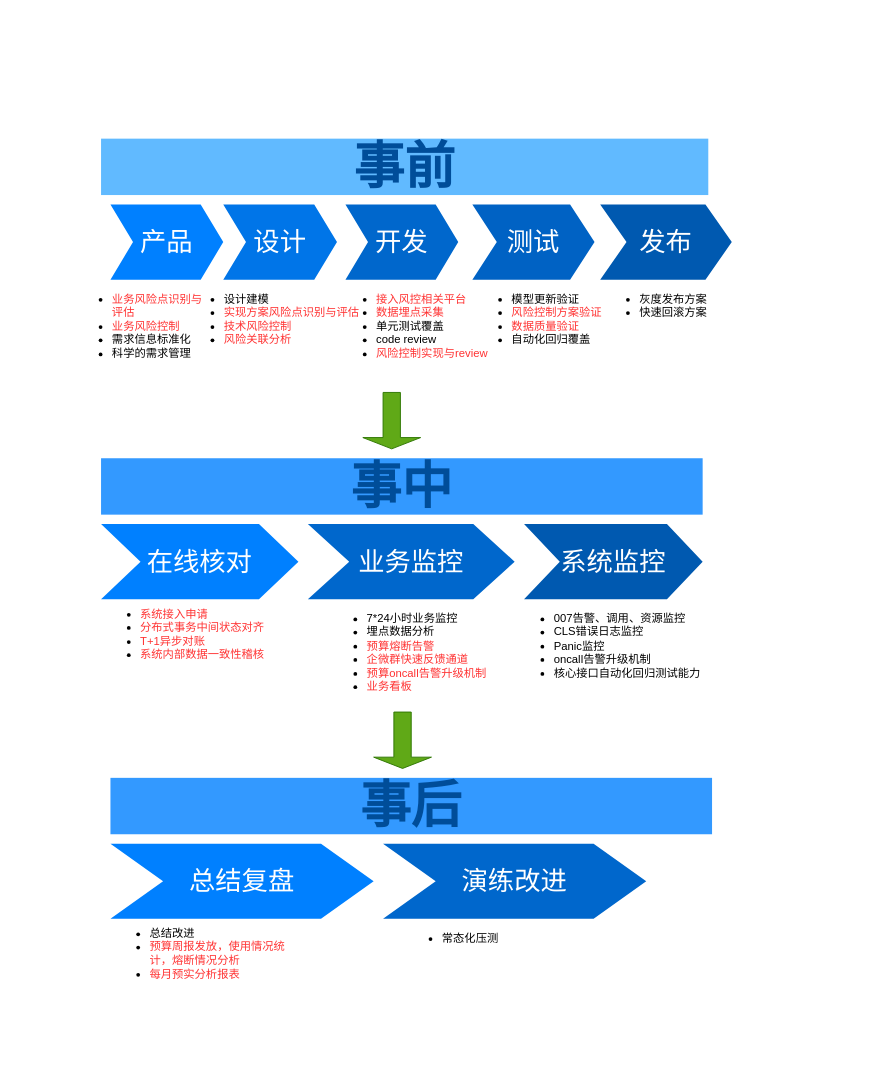
Above: page "Page-1" (1 of 8) of src/flow.drawio in zengcrvip/basedemo (draw.io), before the change. Source tidied: cells renumbered, new cells numbered last; positions are measured from the earlier drawing's top-left corner, leaving out a move shared by most shapes. Both pictures are drawn from the tidied source at 94%, with x=0, y=0 at pixel (72, 138).
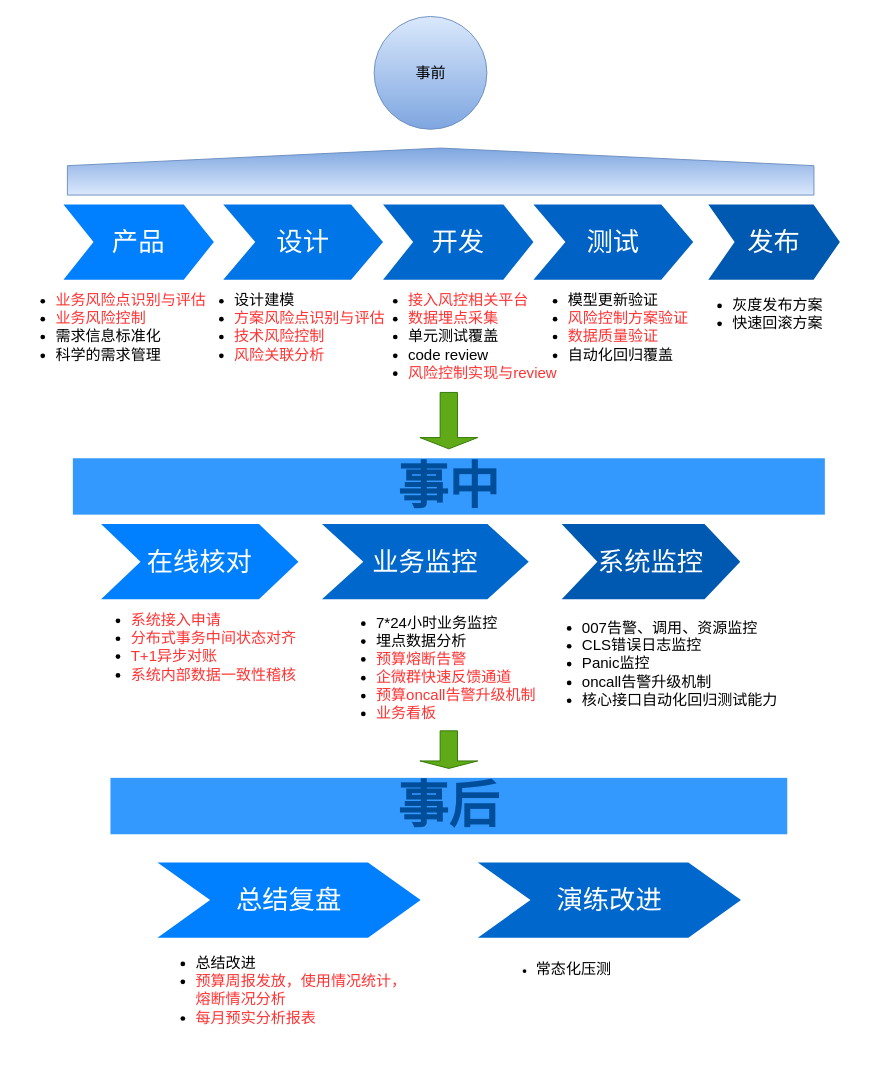
The same diagram, later.

Change to the diagram source:
```diff
@@
     <mxCell id="2" value="产品" style="shape=step;whiteSpace=wrap;html=1;fontSize=28;fillColor=#0080FF;fontColor=#FFFFFF;strokeColor=none;" parent="1" vertex="1">
-      <mxGeometry x="40" y="70" width="120" height="80" as="geometry" />
+      <mxGeometry x="-10" y="70" width="160" height="80" as="geometry" />
     </mxCell>
     <mxCell id="3" value="设计" style="shape=step;whiteSpace=wrap;html=1;fontSize=28;fillColor=#0075E8;fontColor=#FFFFFF;strokeColor=none;" parent="1" vertex="1">
-      <mxGeometry x="160" y="70" width="121" height="80" as="geometry" />
+      <mxGeometry x="160" y="70" width="170" height="80" as="geometry" />
     </mxCell>
     <mxCell id="4" value="开发" style="shape=step;whiteSpace=wrap;html=1;fontSize=28;fillColor=#0067CC;fontColor=#FFFFFF;strokeColor=none;" parent="1" vertex="1">
-      <mxGeometry x="290" y="70" width="120" height="80" as="geometry" />
+      <mxGeometry x="330" y="70" width="160" height="80" as="geometry" />
     </mxCell>
     <mxCell id="5" value="测试" style="shape=step;whiteSpace=wrap;html=1;fontSize=28;fillColor=#0062C4;fontColor=#FFFFFF;strokeColor=none;" parent="1" vertex="1">
-      <mxGeometry x="425" y="70" width="130" height="80" as="geometry" />
+      <mxGeometry x="490" y="70" width="170" height="80" as="geometry" />
     </mxCell>
     <mxCell id="6" value="发布" style="shape=step;whiteSpace=wrap;html=1;fontSize=28;fillColor=#0059B0;fontColor=#FFFFFF;strokeColor=none;" parent="1" vertex="1">
-      <mxGeometry x="561" y="70" width="140" height="80" as="geometry" />
+      <mxGeometry x="676" y="70" width="140" height="80" as="geometry" />
     </mxCell>
-    <mxCell id="7" value="事前" style="text;html=1;strokeColor=none;fillColor=#61BAFF;align=center;verticalAlign=middle;whiteSpace=wrap;fontSize=54;fontStyle=1;fontColor=#004D99;" parent="1" vertex="1">
-      <mxGeometry x="30" width="646" height="60" as="geometry" />
-    </mxCell>
-    <mxCell id="8" value="&lt;ul&gt;&lt;li&gt;&lt;font color=&quot;#ff3333&quot;&gt;业务风险点识别与评估&lt;/font&gt;&lt;/li&gt;&lt;li&gt;&lt;font color=&quot;#ff3333&quot;&gt;业务风险控制&lt;/font&gt;&lt;/li&gt;&lt;li&gt;需求信息标准化&lt;/li&gt;&lt;li&gt;科学的需求管理&lt;/li&gt;&lt;/ul&gt;" style="text;spacingTop=-5;fillColor=#ffffff;whiteSpace=wrap;html=1;align=left;fontSize=12;fontFamily=Helvetica;fillColor=none;strokeColor=none;" parent="1" vertex="1">
-      <mxGeometry y="150" width="140" height="80" as="geometry" />
+    <mxCell id="8" value="&lt;ul style=&quot;font-size: 16px&quot;&gt;&lt;li&gt;&lt;font color=&quot;#ff3333&quot; style=&quot;font-size: 16px&quot;&gt;业务风险点识别与评估&lt;/font&gt;&lt;/li&gt;&lt;li&gt;&lt;font color=&quot;#ff3333&quot; style=&quot;font-size: 16px&quot;&gt;业务风险控制&lt;/font&gt;&lt;/li&gt;&lt;li&gt;&lt;font style=&quot;font-size: 16px&quot;&gt;需求信息标准化&lt;/font&gt;&lt;/li&gt;&lt;li&gt;&lt;font style=&quot;font-size: 16px&quot;&gt;科学的需求管理&lt;/font&gt;&lt;/li&gt;&lt;/ul&gt;" style="text;spacingTop=-5;fillColor=#ffffff;whiteSpace=wrap;html=1;align=left;fontSize=12;fontFamily=Helvetica;fillColor=none;strokeColor=none;" parent="1" vertex="1">
+      <mxGeometry x="-60" y="145" width="220" height="110" as="geometry" />
     </mxCell>
-    <mxCell id="9" value="&lt;ul&gt;&lt;li&gt;设计建模&lt;/li&gt;&lt;li&gt;&lt;font color=&quot;#ff3333&quot;&gt;实现方案风险点识别与评估&lt;/font&gt;&lt;/li&gt;&lt;li&gt;&lt;font color=&quot;#ff3333&quot;&gt;技术风险控制&lt;/font&gt;&lt;/li&gt;&lt;li&gt;&lt;font color=&quot;#ff3333&quot;&gt;风险关联分析&lt;/font&gt;&lt;/li&gt;&lt;/ul&gt;" style="text;spacingTop=-5;fillColor=#ffffff;whiteSpace=wrap;html=1;align=left;fontSize=12;fontFamily=Helvetica;fillColor=none;strokeColor=none;" parent="1" vertex="1">
-      <mxGeometry x="118.5" y="150" width="190" height="100" as="geometry" />
+    <mxCell id="9" value="&lt;ul style=&quot;font-size: 16px&quot;&gt;&lt;li&gt;&lt;font style=&quot;font-size: 16px&quot;&gt;设计建模&lt;/font&gt;&lt;/li&gt;&lt;li&gt;&lt;font color=&quot;#ff3333&quot; style=&quot;font-size: 16px&quot;&gt;方案风险点识别与评估&lt;/font&gt;&lt;/li&gt;&lt;li&gt;&lt;font color=&quot;#ff3333&quot; style=&quot;font-size: 16px&quot;&gt;技术风险控制&lt;/font&gt;&lt;/li&gt;&lt;li&gt;&lt;font color=&quot;#ff3333&quot; style=&quot;font-size: 16px&quot;&gt;风险关联分析&lt;/font&gt;&lt;/li&gt;&lt;/ul&gt;" style="text;spacingTop=-5;fillColor=#ffffff;whiteSpace=wrap;html=1;align=left;fontSize=12;fontFamily=Helvetica;fillColor=none;strokeColor=none;strokeWidth=8;" parent="1" vertex="1">
+      <mxGeometry x="130" y="145" width="220" height="120" as="geometry" />
     </mxCell>
-    <mxCell id="10" value="&lt;ul&gt;&lt;li&gt;&lt;font color=&quot;#ff3333&quot;&gt;接入风控相关平台&lt;/font&gt;&lt;/li&gt;&lt;li&gt;&lt;font color=&quot;#ff3333&quot;&gt;数据埋点采集&lt;/font&gt;&lt;/li&gt;&lt;li&gt;单元测试覆盖&lt;/li&gt;&lt;li&gt;code review&lt;/li&gt;&lt;li&gt;&lt;font color=&quot;#ff3333&quot;&gt;风险控制实现与review&lt;/font&gt;&lt;/li&gt;&lt;/ul&gt;" style="text;spacingTop=-5;fillColor=#ffffff;whiteSpace=wrap;html=1;align=left;fontSize=12;fontFamily=Helvetica;fillColor=none;strokeColor=none;" parent="1" vertex="1">
-      <mxGeometry x="281" y="150" width="170" height="110" as="geometry" />
+    <mxCell id="10" value="&lt;ul style=&quot;font-size: 16px&quot;&gt;&lt;li&gt;&lt;font color=&quot;#ff3333&quot; style=&quot;font-size: 16px&quot;&gt;接入风控相关平台&lt;/font&gt;&lt;/li&gt;&lt;li&gt;&lt;font color=&quot;#ff3333&quot; style=&quot;font-size: 16px&quot;&gt;数据埋点采集&lt;/font&gt;&lt;/li&gt;&lt;li&gt;&lt;font style=&quot;font-size: 16px&quot;&gt;单元测试覆盖&lt;/font&gt;&lt;/li&gt;&lt;li&gt;&lt;font style=&quot;font-size: 16px&quot;&gt;code review&lt;/font&gt;&lt;/li&gt;&lt;li&gt;&lt;font color=&quot;#ff3333&quot; style=&quot;font-size: 16px&quot;&gt;风险控制实现与review&lt;/font&gt;&lt;/li&gt;&lt;/ul&gt;" style="text;spacingTop=-5;fillColor=#ffffff;whiteSpace=wrap;html=1;align=left;fontSize=12;fontFamily=Helvetica;fillColor=none;strokeColor=none;" parent="1" vertex="1">
+      <mxGeometry x="315" y="145" width="220" height="140" as="geometry" />
     </mxCell>
-    <mxCell id="11" value="&lt;ul&gt;&lt;li&gt;模型更新验证&lt;/li&gt;&lt;li&gt;&lt;font color=&quot;#ff3333&quot;&gt;风险控制方案验证&lt;/font&gt;&lt;/li&gt;&lt;li&gt;&lt;font color=&quot;#ff3333&quot;&gt;数据质量验证&lt;/font&gt;&lt;/li&gt;&lt;li&gt;自动化回归覆盖&lt;/li&gt;&lt;/ul&gt;" style="text;spacingTop=-5;fillColor=#ffffff;whiteSpace=wrap;html=1;align=left;fontSize=12;fontFamily=Helvetica;fillColor=none;strokeColor=none;" parent="1" vertex="1">
-      <mxGeometry x="425" y="150" width="150" height="90" as="geometry" />
+    <mxCell id="11" value="&lt;ul style=&quot;font-size: 16px&quot;&gt;&lt;li&gt;&lt;font style=&quot;font-size: 16px&quot;&gt;模型更新验证&lt;/font&gt;&lt;/li&gt;&lt;li&gt;&lt;font color=&quot;#ff3333&quot; style=&quot;font-size: 16px&quot;&gt;风险控制方案验证&lt;/font&gt;&lt;/li&gt;&lt;li&gt;&lt;font color=&quot;#ff3333&quot; style=&quot;font-size: 16px&quot;&gt;数据质量验证&lt;/font&gt;&lt;/li&gt;&lt;li&gt;&lt;font style=&quot;font-size: 16px&quot;&gt;自动化回归覆盖&lt;/font&gt;&lt;/li&gt;&lt;/ul&gt;" style="text;spacingTop=-5;fillColor=#ffffff;whiteSpace=wrap;html=1;align=left;fontSize=12;fontFamily=Helvetica;fillColor=none;strokeColor=none;" parent="1" vertex="1">
+      <mxGeometry x="485" y="145" width="180" height="120" as="geometry" />
     </mxCell>
-    <mxCell id="12" value="&lt;ul&gt;&lt;li&gt;灰度发布方案&lt;/li&gt;&lt;li&gt;快速回滚方案&lt;/li&gt;&lt;/ul&gt;" style="text;spacingTop=-5;fillColor=#ffffff;whiteSpace=wrap;html=1;align=left;fontSize=12;fontFamily=Helvetica;fillColor=none;strokeColor=none;" parent="1" vertex="1">
-      <mxGeometry x="561" y="150" width="140" height="70" as="geometry" />
+    <mxCell id="12" value="&lt;ul style=&quot;font-size: 16px&quot;&gt;&lt;li&gt;&lt;font style=&quot;font-size: 16px&quot;&gt;灰度发布方案&lt;/font&gt;&lt;/li&gt;&lt;li&gt;&lt;font style=&quot;font-size: 16px&quot;&gt;快速回滚方案&lt;/font&gt;&lt;/li&gt;&lt;/ul&gt;" style="text;spacingTop=-5;fillColor=#ffffff;whiteSpace=wrap;html=1;align=left;fontSize=12;fontFamily=Helvetica;fillColor=none;strokeColor=none;" parent="1" vertex="1">
+      <mxGeometry x="660" y="150" width="170" height="75" as="geometry" />
     </mxCell>
@@
     <mxCell id="14" value="业务监控" style="shape=step;whiteSpace=wrap;html=1;fontSize=28;fillColor=#0067CC;fontColor=#FFFFFF;strokeColor=none;" parent="1" vertex="1">
-      <mxGeometry x="250" y="410" width="220" height="80" as="geometry" />
+      <mxGeometry x="265" y="410" width="220" height="80" as="geometry" />
     </mxCell>
     <mxCell id="15" value="系统监控" style="shape=step;whiteSpace=wrap;html=1;fontSize=28;fillColor=#0059B0;fontColor=#FFFFFF;strokeColor=none;" parent="1" vertex="1">
-      <mxGeometry x="480" y="410" width="190" height="80" as="geometry" />
+      <mxGeometry x="520" y="410" width="190" height="80" as="geometry" />
     </mxCell>
     <mxCell id="16" value="事中" style="text;html=1;strokeColor=none;fillColor=#3399FF;align=center;verticalAlign=middle;whiteSpace=wrap;fontSize=54;fontStyle=1;fontColor=#004D99;" parent="1" vertex="1">
-      <mxGeometry x="30" y="340" width="640" height="60" as="geometry" />
+      <mxGeometry y="340" width="800" height="60" as="geometry" />
     </mxCell>
-    <mxCell id="17" value="&lt;ul&gt;&lt;li&gt;&lt;font color=&quot;#ff3333&quot;&gt;&lt;span&gt;系统接入申请&lt;/span&gt;&lt;br&gt;&lt;/font&gt;&lt;/li&gt;&lt;li&gt;&lt;font color=&quot;#ff3333&quot;&gt;分布式事务中间状态对齐&lt;/font&gt;&lt;/li&gt;&lt;li&gt;&lt;font color=&quot;#ff3333&quot;&gt;T+1异步对账&lt;/font&gt;&lt;/li&gt;&lt;li&gt;&lt;font color=&quot;#ff3333&quot;&gt;系统内部数据一致性稽核&lt;/font&gt;&lt;/li&gt;&lt;/ul&gt;" style="text;spacingTop=-5;fillColor=#ffffff;whiteSpace=wrap;html=1;align=left;fontSize=12;fontFamily=Helvetica;fillColor=none;strokeColor=none;" parent="1" vertex="1">
-      <mxGeometry x="30" y="485" width="190" height="80" as="geometry" />
+    <mxCell id="17" value="&lt;ul style=&quot;font-size: 16px&quot;&gt;&lt;li&gt;&lt;font color=&quot;#ff3333&quot; style=&quot;font-size: 16px&quot;&gt;&lt;span&gt;系统接入申请&lt;/span&gt;&lt;br&gt;&lt;/font&gt;&lt;/li&gt;&lt;li&gt;&lt;font color=&quot;#ff3333&quot; style=&quot;font-size: 16px&quot;&gt;分布式事务中间状态对齐&lt;/font&gt;&lt;/li&gt;&lt;li&gt;&lt;font color=&quot;#ff3333&quot; style=&quot;font-size: 16px&quot;&gt;T+1异步对账&lt;/font&gt;&lt;/li&gt;&lt;li&gt;&lt;font color=&quot;#ff3333&quot; style=&quot;font-size: 16px&quot;&gt;系统内部数据一致性稽核&lt;/font&gt;&lt;/li&gt;&lt;/ul&gt;" style="text;spacingTop=-5;fillColor=#ffffff;whiteSpace=wrap;html=1;align=left;fontSize=12;fontFamily=Helvetica;fillColor=none;strokeColor=none;" parent="1" vertex="1">
+      <mxGeometry x="20" y="485" width="230" height="115" as="geometry" />
     </mxCell>
-    <mxCell id="18" value="&lt;ul&gt;&lt;li&gt;&lt;span&gt;7*24小时业务监控&lt;/span&gt;&lt;/li&gt;&lt;li&gt;埋点数据分析&lt;/li&gt;&lt;li&gt;&lt;font color=&quot;#ff3333&quot;&gt;预算熔断告警&lt;/font&gt;&lt;/li&gt;&lt;li&gt;&lt;font color=&quot;#ff3333&quot;&gt;企微群快速反馈通道&lt;/font&gt;&lt;/li&gt;&lt;li&gt;&lt;font color=&quot;#ff3333&quot;&gt;预算oncall告警升级机制&lt;/font&gt;&lt;/li&gt;&lt;li&gt;&lt;font color=&quot;#ff3333&quot;&gt;业务看板&lt;/font&gt;&lt;/li&gt;&lt;/ul&gt;" style="text;spacingTop=-5;fillColor=#ffffff;whiteSpace=wrap;html=1;align=left;fontSize=12;fontFamily=Helvetica;fillColor=none;strokeColor=none;" parent="1" vertex="1">
-      <mxGeometry x="271" y="490" width="179" height="110" as="geometry" />
+    <mxCell id="18" value="&lt;ul style=&quot;font-size: 16px&quot;&gt;&lt;li&gt;&lt;span&gt;7*24小时业务监控&lt;/span&gt;&lt;/li&gt;&lt;li&gt;埋点数据分析&lt;/li&gt;&lt;li&gt;&lt;font color=&quot;#ff3333&quot; style=&quot;font-size: 16px&quot;&gt;预算熔断告警&lt;/font&gt;&lt;/li&gt;&lt;li&gt;&lt;font color=&quot;#ff3333&quot; style=&quot;font-size: 16px&quot;&gt;企微群快速反馈通道&lt;/font&gt;&lt;/li&gt;&lt;li&gt;&lt;font color=&quot;#ff3333&quot; style=&quot;font-size: 16px&quot;&gt;预算oncall告警升级机制&lt;/font&gt;&lt;/li&gt;&lt;li&gt;&lt;font color=&quot;#ff3333&quot; style=&quot;font-size: 16px&quot;&gt;业务看板&lt;/font&gt;&lt;/li&gt;&lt;/ul&gt;" style="text;spacingTop=-5;fillColor=#ffffff;whiteSpace=wrap;html=1;align=left;fontSize=12;fontFamily=Helvetica;fillColor=none;strokeColor=none;" parent="1" vertex="1">
+      <mxGeometry x="281" y="487.5" width="219" height="110" as="geometry" />
     </mxCell>
-    <mxCell id="19" value="&lt;ul&gt;&lt;li&gt;007告警、调用、资源监控&lt;/li&gt;&lt;li&gt;CLS错误日志监控&lt;/li&gt;&lt;li&gt;Panic监控&lt;/li&gt;&lt;li&gt;oncall告警升级机制&lt;/li&gt;&lt;li&gt;核心接口自动化回归测试能力&lt;/li&gt;&lt;/ul&gt;" style="text;spacingTop=-5;fillColor=#ffffff;whiteSpace=wrap;html=1;align=left;fontSize=12;fontFamily=Helvetica;fillColor=none;strokeColor=none;" parent="1" vertex="1">
-      <mxGeometry x="470" y="490" width="230" height="90" as="geometry" />
+    <mxCell id="19" value="&lt;ul style=&quot;font-size: 16px&quot;&gt;&lt;li&gt;007告警、调用、资源监控&lt;/li&gt;&lt;li&gt;CLS错误日志监控&lt;/li&gt;&lt;li&gt;Panic监控&lt;/li&gt;&lt;li&gt;oncall告警升级机制&lt;/li&gt;&lt;li&gt;核心接口自动化回归测试能力&lt;/li&gt;&lt;/ul&gt;" style="text;spacingTop=-5;fillColor=#ffffff;whiteSpace=wrap;html=1;align=left;fontSize=12;fontFamily=Helvetica;fillColor=none;strokeColor=none;" parent="1" vertex="1">
+      <mxGeometry x="500" y="492.5" width="280" height="100" as="geometry" />
     </mxCell>
     <mxCell id="20" value="总结复盘" style="shape=step;whiteSpace=wrap;html=1;fontSize=28;fillColor=#0080FF;fontColor=#FFFFFF;strokeColor=none;" parent="1" vertex="1">
-      <mxGeometry x="40" y="750" width="280" height="80" as="geometry" />
+      <mxGeometry x="90" y="770" width="280" height="80" as="geometry" />
     </mxCell>
     <mxCell id="21" value="演练改进" style="shape=step;whiteSpace=wrap;html=1;fontSize=28;fillColor=#0067CC;fontColor=#FFFFFF;strokeColor=none;" parent="1" vertex="1">
-      <mxGeometry x="330" y="750" width="280" height="80" as="geometry" />
+      <mxGeometry x="430.8" y="770" width="280" height="80" as="geometry" />
     </mxCell>
     <mxCell id="22" value="事后" style="text;html=1;strokeColor=none;fillColor=#3399FF;align=center;verticalAlign=middle;whiteSpace=wrap;fontSize=54;fontStyle=1;fontColor=#004D99;" parent="1" vertex="1">
-      <mxGeometry x="40" y="680" width="640" height="60" as="geometry" />
+      <mxGeometry x="40" y="680" width="720" height="60" as="geometry" />
     </mxCell>
-    <mxCell id="23" value="&lt;ul&gt;&lt;li&gt;总结改进&lt;/li&gt;&lt;li&gt;&lt;font color=&quot;#ff3333&quot;&gt;预算周报发放，使用情况统计，熔断情况分析&lt;/font&gt;&lt;/li&gt;&lt;li&gt;&lt;font color=&quot;#ff3333&quot;&gt;每月预实分析报表&lt;/font&gt;&lt;/li&gt;&lt;/ul&gt;" style="text;spacingTop=-5;fillColor=#ffffff;whiteSpace=wrap;html=1;align=left;fontSize=12;fontFamily=Helvetica;fillColor=none;strokeColor=none;" parent="1" vertex="1">
-      <mxGeometry x="40" y="825" width="190" height="80" as="geometry" />
+    <mxCell id="23" value="&lt;ul style=&quot;font-size: 16px&quot;&gt;&lt;li&gt;总结改进&lt;/li&gt;&lt;li&gt;&lt;font color=&quot;#ff3333&quot; style=&quot;font-size: 16px&quot;&gt;预算周报发放，使用情况统计，熔断情况分析&lt;/font&gt;&lt;/li&gt;&lt;li&gt;&lt;font color=&quot;#ff3333&quot; style=&quot;font-size: 16px&quot;&gt;每月预实分析报表&lt;/font&gt;&lt;/li&gt;&lt;/ul&gt;" style="text;spacingTop=-5;fillColor=#ffffff;whiteSpace=wrap;html=1;align=left;fontSize=12;fontFamily=Helvetica;fillColor=none;strokeColor=none;" parent="1" vertex="1">
+      <mxGeometry x="89.2" y="850" width="280" height="120" as="geometry" />
     </mxCell>
-    <mxCell id="24" value="&lt;ul&gt;&lt;li&gt;常态化压测&lt;/li&gt;&lt;/ul&gt;" style="text;spacingTop=-5;fillColor=#ffffff;whiteSpace=wrap;html=1;align=left;fontSize=12;fontFamily=Helvetica;fillColor=none;strokeColor=none;" parent="1" vertex="1">
-      <mxGeometry x="351" y="830" width="249" height="120" as="geometry" />
+    <mxCell id="24" value="&lt;ul&gt;&lt;li&gt;&lt;font style=&quot;font-size: 16px&quot;&gt;常态化压测&lt;/font&gt;&lt;/li&gt;&lt;/ul&gt;" style="text;spacingTop=-5;fillColor=#ffffff;whiteSpace=wrap;html=1;align=left;fontSize=12;fontFamily=Helvetica;fillColor=none;strokeColor=none;" parent="1" vertex="1">
+      <mxGeometry x="450.5" y="860" width="249" height="120" as="geometry" />
     </mxCell>
     <mxCell id="25" style="shape=singleArrow;direction=south;whiteSpace=wrap;html=1;fontColor=#ffffff;fillColor=#60a917;strokeColor=#2D7600;" parent="1" vertex="1">
-      <mxGeometry x="308.5" y="270" width="61.5" height="60" as="geometry" />
+      <mxGeometry x="369.2" y="270" width="61.5" height="60" as="geometry" />
     </mxCell>
     <mxCell id="26" style="shape=singleArrow;direction=south;whiteSpace=wrap;html=1;fontColor=#ffffff;fillColor=#60a917;strokeColor=#2D7600;" parent="1" vertex="1">
-      <mxGeometry x="320" y="610" width="61.5" height="60" as="geometry" />
+      <mxGeometry x="369.2" y="630" width="61.5" height="40" as="geometry" />
     </mxCell>
+    <mxCell id="27" style="shape=offPageConnector;whiteSpace=wrap;html=1;fontSize=16;strokeWidth=1;rotation=-180;fillColor=#dae8fc;gradientColor=#7ea6e0;strokeColor=#6c8ebf;" parent="1" vertex="1">
+      <mxGeometry x="-5.8" y="10" width="794.2" height="50" as="geometry" />
+    </mxCell>
+    <mxCell id="7" value="事前" style="ellipse;whiteSpace=wrap;html=1;fontSize=16;strokeWidth=1;fillColor=#dae8fc;gradientColor=#7ea6e0;strokeColor=#6c8ebf;" parent="1" vertex="1">
+      <mxGeometry x="320.5" y="-130" width="120" height="120" as="geometry" />
+    </mxCell>
```
